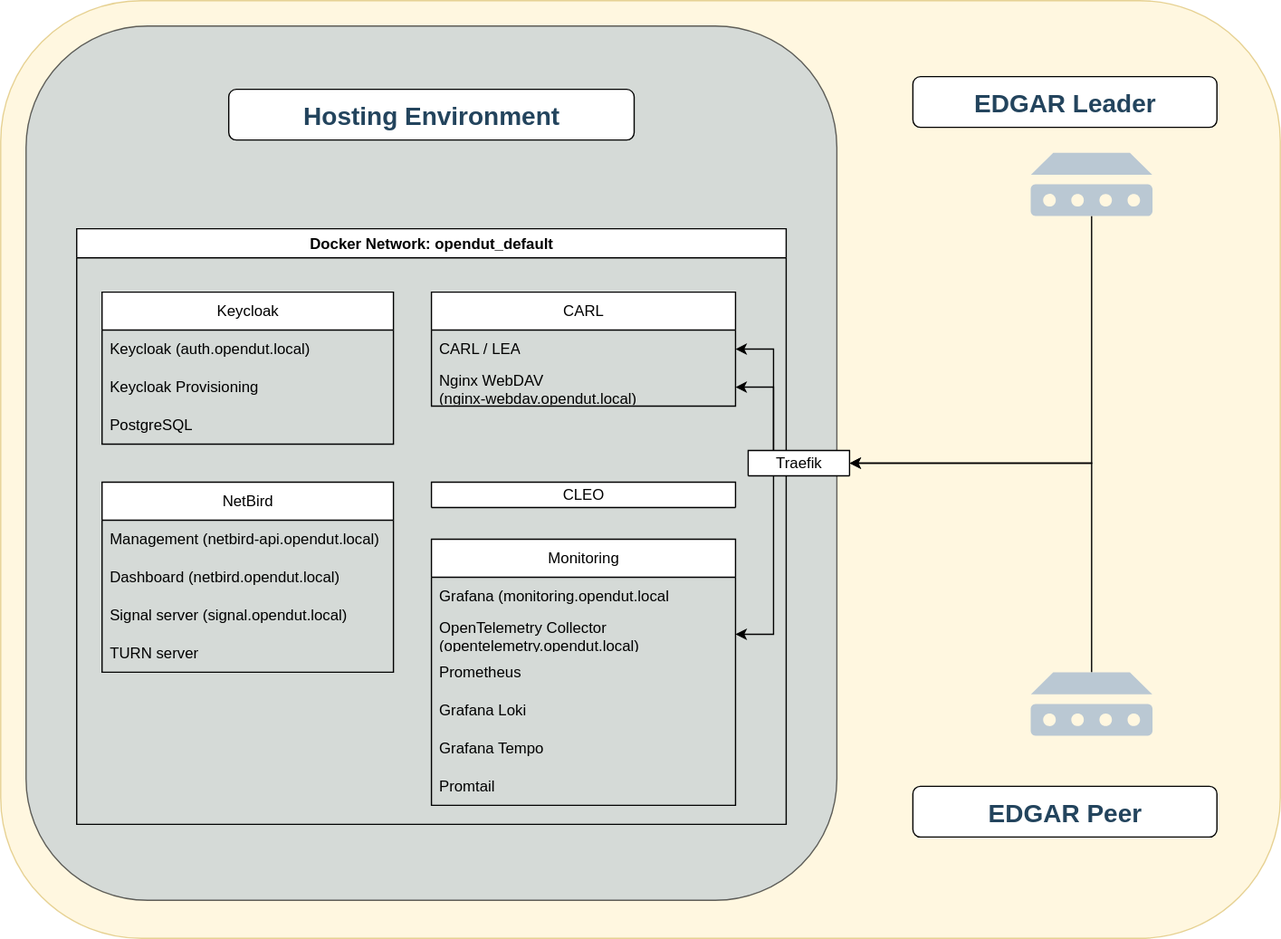
This is doc/src/architecture/deployment/img/opendut-vm-edgar-test-setup.drawio.svg from eclipse-opendut/opendut, a draw.io export, as it was before one commit. Source tidied: cells renumbered, new cells last; positions are measured from the earlier drawing's top-left corner, leaving out a move shared by most shapes.
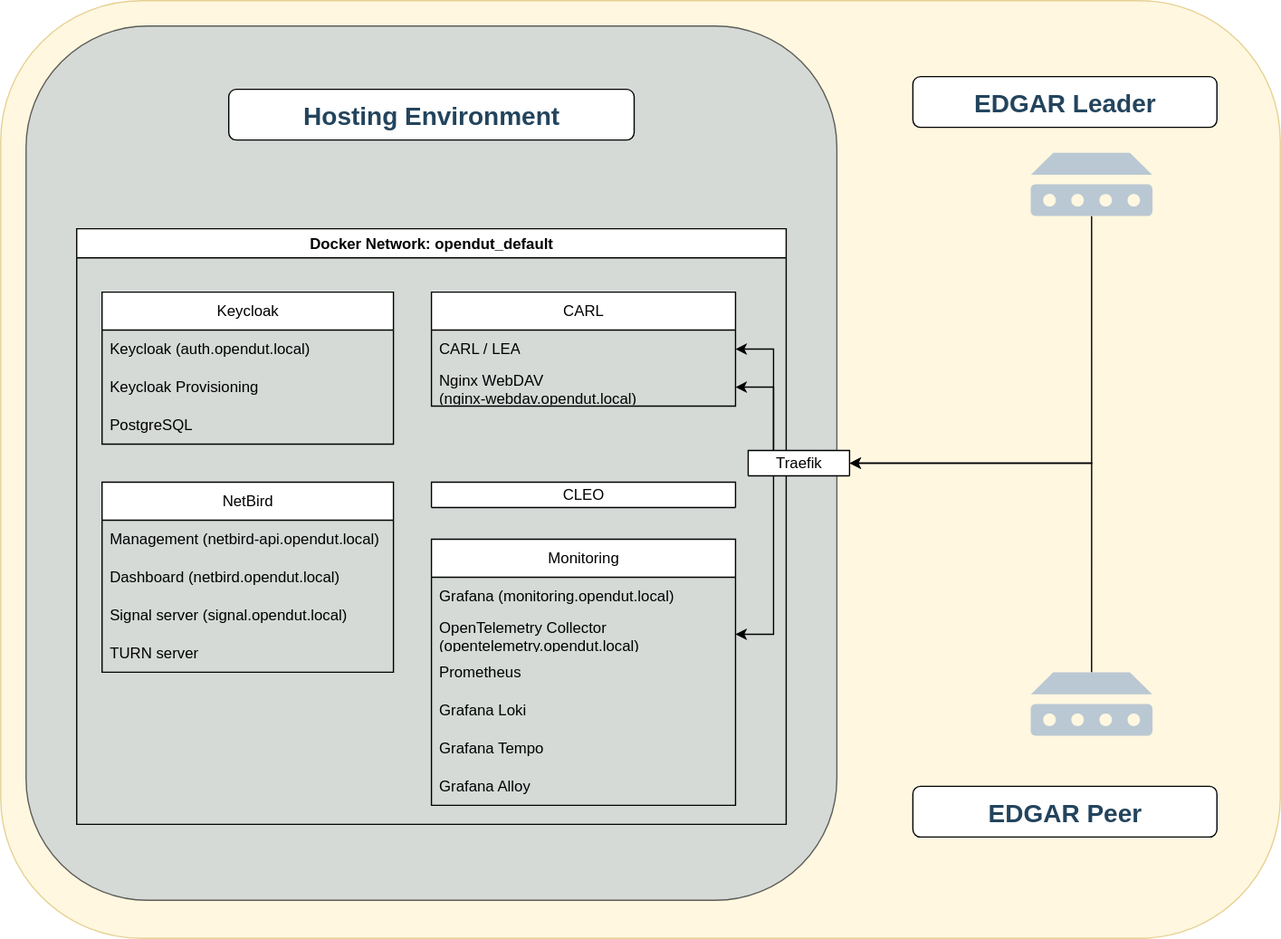
The same diagram one commit later.

Commit message:
Documentation: Rename promtail to Grafana Alloy in deployment image.

Change to the diagram source:
```diff
@@ -89,7 +89,7 @@
     <mxCell id="30" value="Grafana Tempo" style="text;strokeColor=none;fillColor=none;align=left;verticalAlign=middle;spacingLeft=4;spacingRight=4;overflow=hidden;whiteSpace=wrap;html=1;" parent="25" vertex="1">
       <mxGeometry y="150" width="240" height="30" as="geometry" />
     </mxCell>
-    <mxCell id="31" value="Promtail" style="text;strokeColor=none;fillColor=none;align=left;verticalAlign=middle;spacingLeft=4;spacingRight=4;overflow=hidden;whiteSpace=wrap;html=1;" parent="25" vertex="1">
+    <mxCell id="31" value="Grafana Alloy" style="text;strokeColor=none;fillColor=none;align=left;verticalAlign=middle;spacingLeft=4;spacingRight=4;overflow=hidden;whiteSpace=wrap;html=1;" parent="25" vertex="1">
       <mxGeometry y="180" width="240" height="30" as="geometry" />
     </mxCell>
     <mxCell id="32" value="&lt;span style=&quot;font-weight: normal;&quot;&gt;Traefik&lt;/span&gt;" style="swimlane;whiteSpace=wrap;html=1;startSize=23;" parent="1" vertex="1">
```
